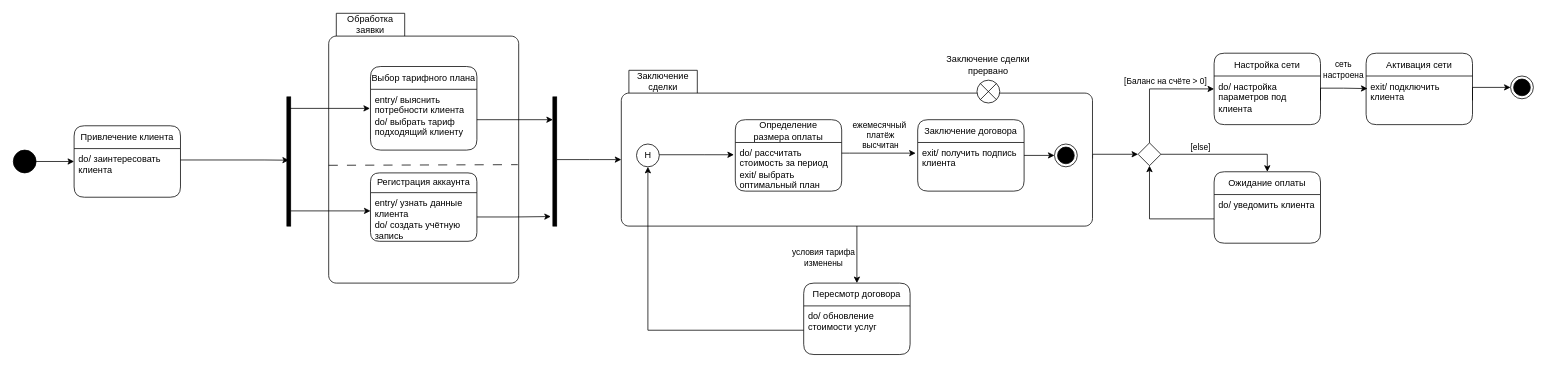
The draw.io diagram page "запрос на подключение" (2 of 2) of tpiws5.drawio in Alexander-Bankov/draw, before the edit. Source tidied: cells renumbered, new cells numbered last; positions are measured from the earlier drawing's top-left corner, leaving out a move shared by most shapes. Both pictures are drawn from the tidied source at 76%, with x=0, y=0 at pixel (13, 13).
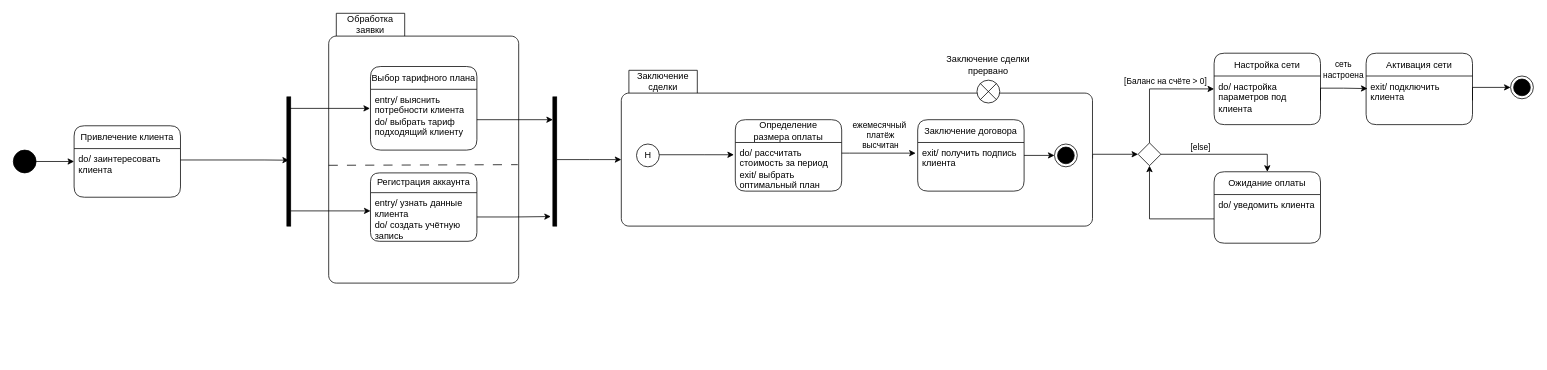
The same diagram, later.

The change refers to these unchanged cells:
```xml
<mxCell id="17" value="Заключение сделки" style="shape=folder;align=center;verticalAlign=middle;fontStyle=0;tabWidth=100;tabHeight=30;tabPosition=left;html=1;boundedLbl=1;labelInHeader=1;rounded=1;absoluteArcSize=1;arcSize=10;whiteSpace=wrap;" parent="1" vertex="1">
  <mxGeometry x="800" y="75" width="620" height="205" as="geometry" />
</mxCell>
<mxCell id="24" value="H" style="ellipse;html=1;" parent="1" vertex="1">
  <mxGeometry x="820" y="172" width="30" height="30" as="geometry" />
</mxCell>
```

Change to the diagram source:
```diff
@@
-    <mxCell id="14" style="edgeStyle=orthogonalEdgeStyle;rounded=0;jettySize=auto;html=1;entryX=0.5;entryY=0;entryDx=0;entryDy=0;" parent="1" edge="1" source="17" target="33">
-      <mxGeometry relative="1" as="geometry" />
-    </mxCell>
-    <mxCell id="15" value="условия тарифа&lt;div&gt;изменены&lt;/div&gt;" style="edgeLabel;html=1;align=center;verticalAlign=middle;" parent="14" vertex="1">
-      <mxGeometry x="-0.15" y="1" relative="1" as="geometry">
-        <mxPoint x="-46" y="9" as="offset" />
-      </mxGeometry>
-    </mxCell>
@@
-    <mxCell id="33" value="&lt;div&gt;Пересмотр договора&lt;/div&gt;" style="swimlane;fontStyle=0;horizontal=1;startSize=30;fillColor=none;whiteSpace=wrap;html=1;rounded=1;" parent="1" vertex="1">
-      <mxGeometry x="1040" y="355" width="140" height="94" as="geometry" />
-    </mxCell>
-    <mxCell id="34" value="do/ обновление стоимости услуг" style="text;strokeColor=none;fillColor=none;align=left;verticalAlign=top;spacingLeft=4;spacingRight=4;overflow=hidden;points=[[0,0.5],[1,0.5]];portConstraint=eastwest;whiteSpace=wrap;html=1;" parent="33" vertex="1">
-      <mxGeometry y="30" width="140" height="64" as="geometry" />
-    </mxCell>
@@
-    <mxCell id="52" style="edgeStyle=orthogonalEdgeStyle;rounded=0;jettySize=auto;html=1;exitX=0;exitY=0.5;exitDx=0;exitDy=0;entryX=0.5;entryY=1;entryDx=0;entryDy=0;" parent="1" edge="1" source="34" target="24">
-      <mxGeometry relative="1" as="geometry" />
-    </mxCell>
```
